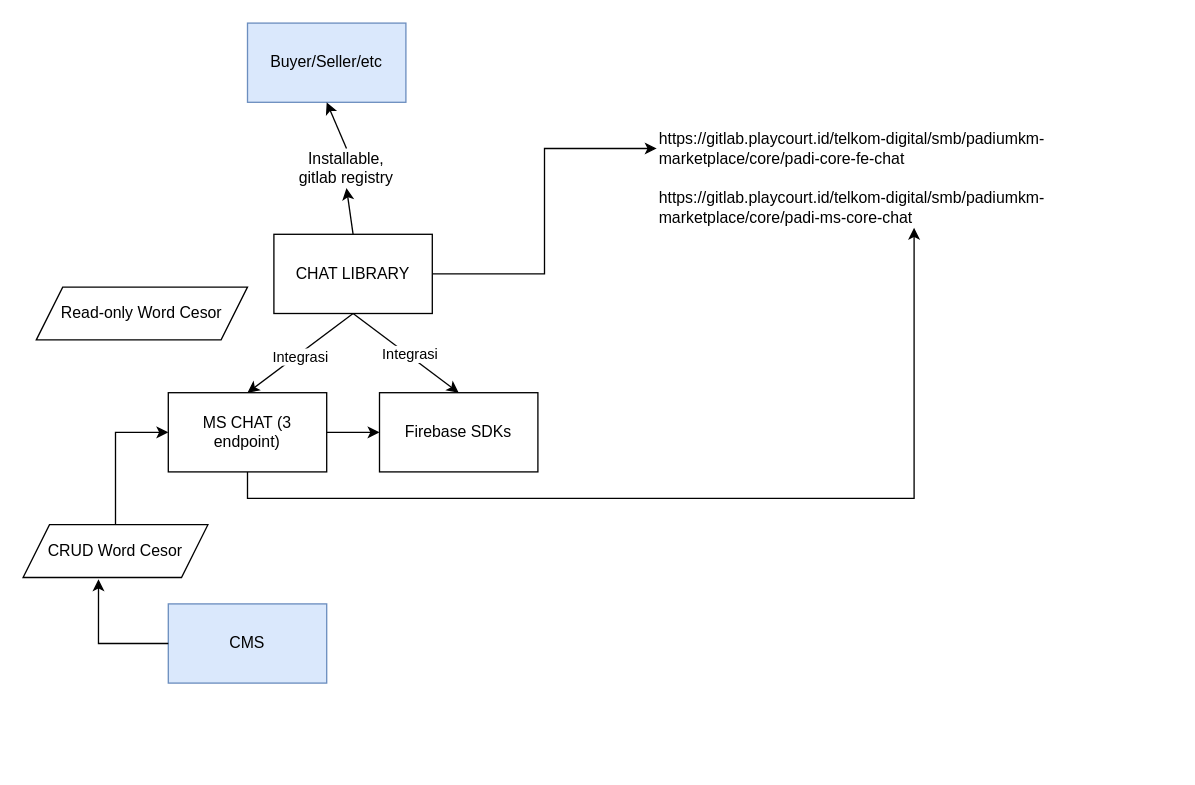
Earlier version of the draw.io diagram Untitled Diagram.drawio (yogiprsetya/app.diagrams.net). Source tidied: cells renumbered, new cells numbered last; positions are measured from the earlier drawing's top-left corner, leaving out a move shared by most shapes. Both pictures are drawn from the tidied source at 132%, with x=0, y=0 at pixel (22, 22).
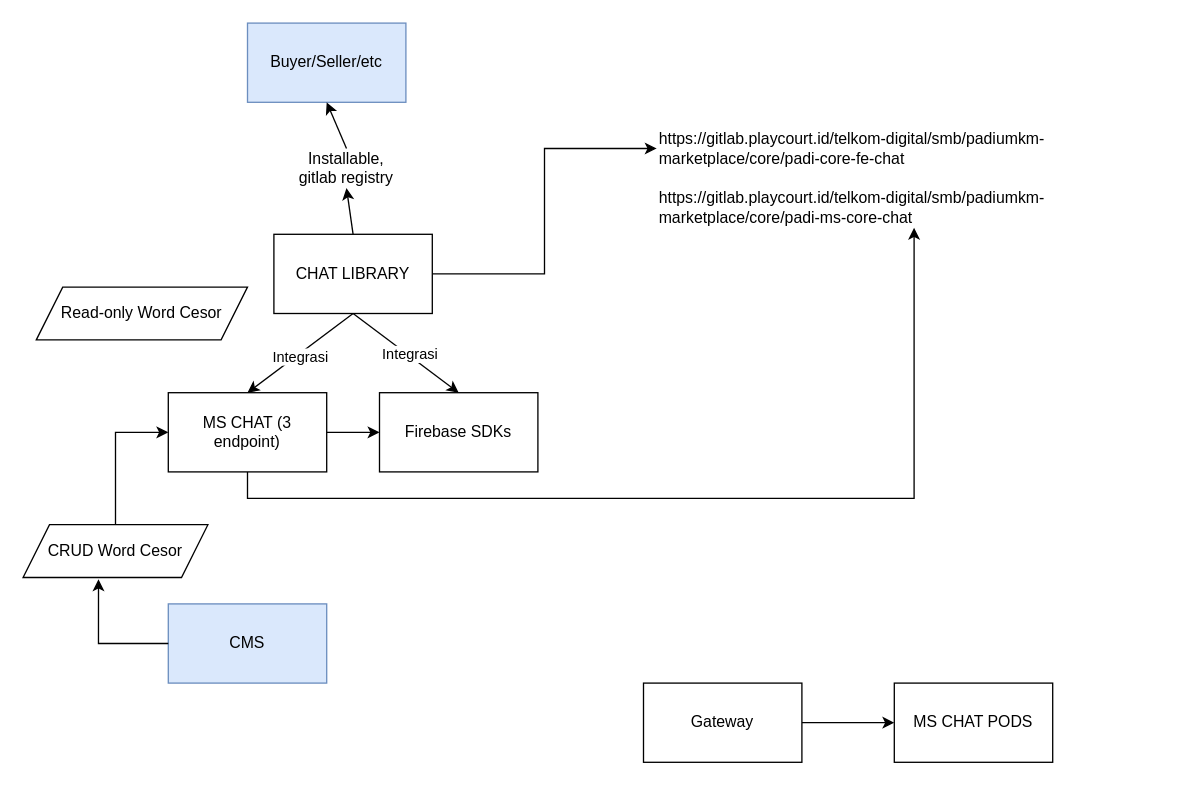
The same page after the edit.

Change to the diagram source:
```diff
@@
+    <mxCell id="23" value="MS CHAT PODS" style="rounded=0;whiteSpace=wrap;html=1;" parent="1" vertex="1">
+      <mxGeometry x="660" y="500" width="120" height="60" as="geometry" />
+    </mxCell>
+    <mxCell id="24" style="edgeStyle=orthogonalEdgeStyle;rounded=0;jettySize=auto;html=1;exitX=1;exitY=0.5;exitDx=0;exitDy=0;entryX=0;entryY=0.5;entryDx=0;entryDy=0;" parent="1" edge="1" source="25" target="23">
+      <mxGeometry relative="1" as="geometry" />
+    </mxCell>
+    <mxCell id="25" value="Gateway" style="rounded=0;whiteSpace=wrap;html=1;" parent="1" vertex="1">
+      <mxGeometry x="470" y="500" width="120" height="60" as="geometry" />
+    </mxCell>
```
